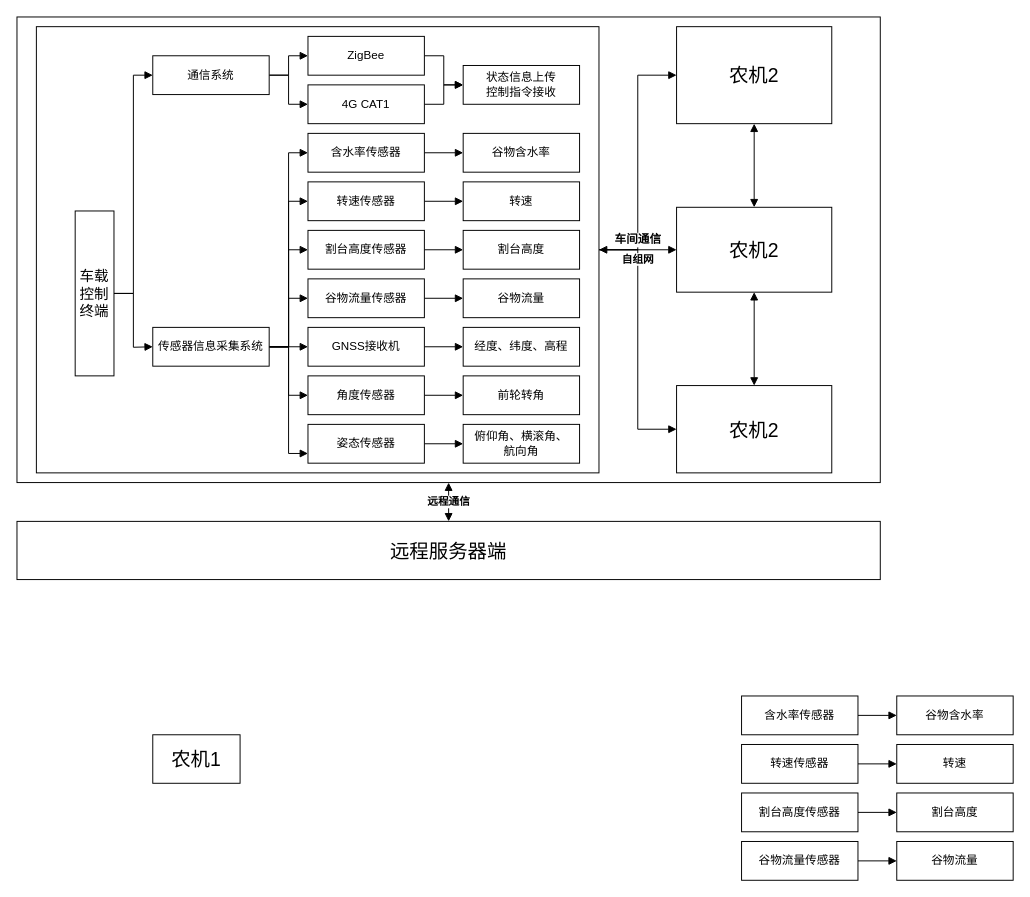
Above: 硬件结构图.drawio in anvalue/DrawIo_SQ (draw.io), before the change. Source tidied: cells renumbered, new cells numbered last; positions are measured from the earlier drawing's top-left corner, leaving out a move shared by most shapes. Both pictures are drawn from the tidied source at 97%, with x=0, y=0 at pixel (16, 16).
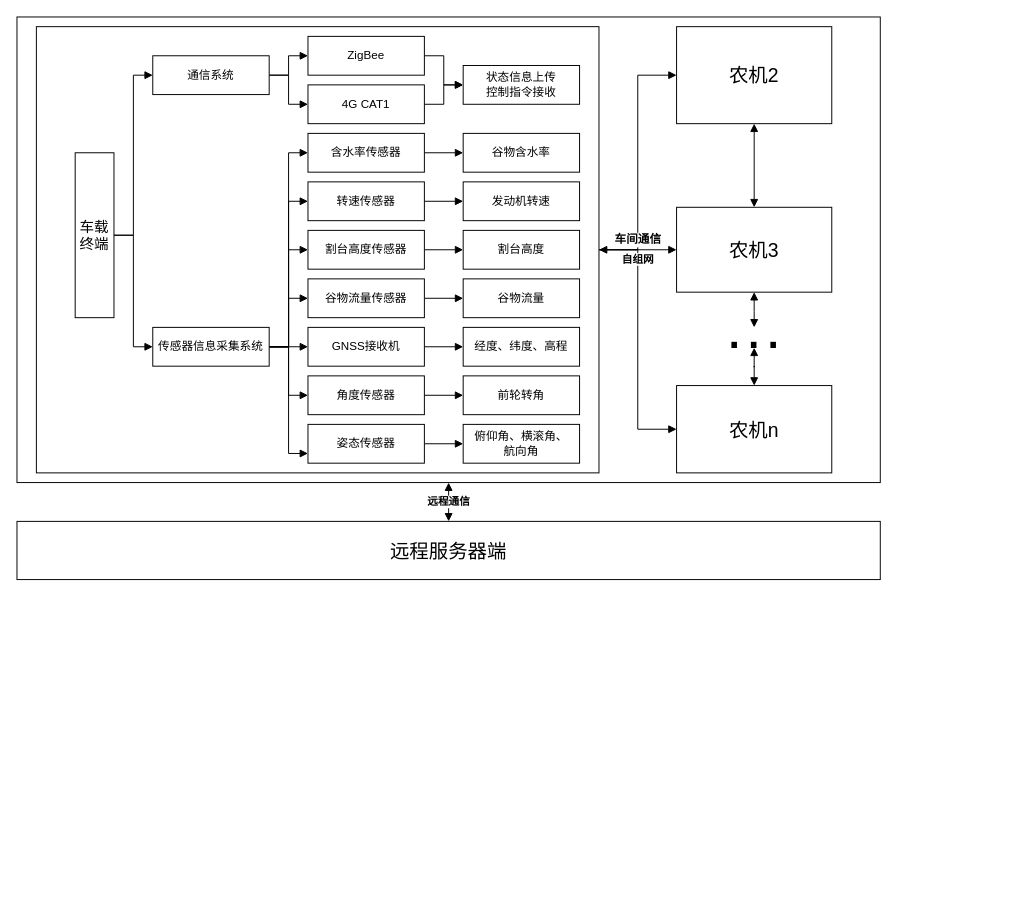
The same page after the edit.

Commit message:
更新硬件结构图.drawio

The edit, as a diff of the source:
```diff
@@
-    <mxCell id="9" value="&lt;font style=&quot;font-size: 15px;&quot;&gt;车载控制终端&lt;/font&gt;" style="rounded=0;whiteSpace=wrap;html=1;" parent="1" vertex="1">
-      <mxGeometry x="60" y="200" width="40" height="170" as="geometry" />
+    <mxCell id="9" value="&lt;font style=&quot;font-size: 15px;&quot;&gt;车载终端&lt;/font&gt;" style="rounded=0;whiteSpace=wrap;html=1;" parent="1" vertex="1">
+      <mxGeometry x="60" y="140" width="40" height="170" as="geometry" />
     </mxCell>
@@
     <mxCell id="34" style="edgeStyle=orthogonalEdgeStyle;rounded=0;jettySize=auto;html=1;strokeColor=default;align=center;verticalAlign=middle;fontFamily=Helvetica;fontSize=11;fontColor=default;labelBackgroundColor=default;endArrow=block;endFill=1;" parent="1" edge="1" source="9">
       <mxGeometry relative="1" as="geometry">
         <mxPoint x="140" y="340" as="targetPoint" />
+        <Array as="points">
+          <mxPoint x="120" y="225" />
+          <mxPoint x="120" y="340" />
+        </Array>
       </mxGeometry>
     </mxCell>
@@
-    <mxCell id="36" value="&lt;font style=&quot;font-size: 20px;&quot;&gt;农机1&lt;/font&gt;" style="rounded=0;whiteSpace=wrap;html=1;fontFamily=Helvetica;fontSize=11;fontColor=default;labelBackgroundColor=default;" parent="1" vertex="1">
-      <mxGeometry x="140" y="740" width="90" height="50" as="geometry" />
-    </mxCell>
@@
+    <mxCell id="71" style="edgeStyle=orthogonalEdgeStyle;rounded=0;jettySize=auto;html=1;startArrow=block;startFill=1;endArrow=block;endFill=1;" parent="1" edge="1" source="39">
+      <mxGeometry relative="1" as="geometry">
+        <mxPoint x="760" y="320" as="targetPoint" />
+      </mxGeometry>
+    </mxCell>
-    <mxCell id="39" value="&lt;font style=&quot;font-size: 20px;&quot;&gt;农机2&lt;/font&gt;" style="rounded=0;whiteSpace=wrap;html=1;fontFamily=Helvetica;fontSize=11;fontColor=default;labelBackgroundColor=default;strokeColor=default;align=center;verticalAlign=middle;fillColor=default;" parent="1" vertex="1">
+    <mxCell id="39" value="&lt;font style=&quot;font-size: 20px;&quot;&gt;农机3&lt;/font&gt;" style="rounded=0;whiteSpace=wrap;html=1;fontFamily=Helvetica;fontSize=11;fontColor=default;labelBackgroundColor=default;strokeColor=default;align=center;verticalAlign=middle;fillColor=default;" parent="1" vertex="1">
       <mxGeometry x="680" y="196.2" width="160" height="87.5" as="geometry" />
     </mxCell>
-    <mxCell id="40" style="edgeStyle=orthogonalEdgeStyle;rounded=0;jettySize=auto;html=1;entryX=0.5;entryY=1;entryDx=0;entryDy=0;strokeColor=default;align=center;verticalAlign=middle;fontFamily=Helvetica;fontSize=11;fontColor=default;labelBackgroundColor=default;endArrow=block;endFill=1;startArrow=block;startFill=1;" parent="1" edge="1" source="41" target="39">
-      <mxGeometry relative="1" as="geometry" />
-    </mxCell>
+    <mxCell id="72" style="edgeStyle=orthogonalEdgeStyle;rounded=0;jettySize=auto;html=1;startArrow=block;startFill=1;endArrow=block;endFill=1;" parent="1" edge="1" source="41" target="73">
+      <mxGeometry relative="1" as="geometry" />
+    </mxCell>
-    <mxCell id="41" value="&lt;font style=&quot;font-size: 20px;&quot;&gt;农机2&lt;/font&gt;" style="rounded=0;whiteSpace=wrap;html=1;fontFamily=Helvetica;fontSize=11;fontColor=default;labelBackgroundColor=default;strokeColor=default;align=center;verticalAlign=middle;fillColor=default;" parent="1" vertex="1">
+    <mxCell id="41" value="&lt;font style=&quot;font-size: 20px;&quot;&gt;农机n&lt;/font&gt;" style="rounded=0;whiteSpace=wrap;html=1;fontFamily=Helvetica;fontSize=11;fontColor=default;labelBackgroundColor=default;strokeColor=default;align=center;verticalAlign=middle;fillColor=default;" parent="1" vertex="1">
       <mxGeometry x="680" y="380" width="160" height="90" as="geometry" />
     </mxCell>
@@
-    <mxCell id="43" style="edgeStyle=orthogonalEdgeStyle;rounded=0;jettySize=auto;html=1;entryX=0;entryY=0.5;entryDx=0;entryDy=0;strokeColor=default;align=center;verticalAlign=middle;fontFamily=Helvetica;fontSize=11;fontColor=default;labelBackgroundColor=default;endArrow=block;endFill=1;" parent="1" edge="1" source="44" target="51">
-      <mxGeometry relative="1" as="geometry" />
-    </mxCell>
-    <mxCell id="44" value="谷物流量传感器" style="whiteSpace=wrap;html=1;rounded=0;" parent="1" vertex="1">
-      <mxGeometry x="747" y="850" width="120" height="40" as="geometry" />
-    </mxCell>
-    <mxCell id="45" style="edgeStyle=orthogonalEdgeStyle;rounded=0;jettySize=auto;html=1;entryX=0;entryY=0.5;entryDx=0;entryDy=0;strokeColor=default;align=center;verticalAlign=middle;fontFamily=Helvetica;fontSize=11;fontColor=default;labelBackgroundColor=default;endArrow=block;endFill=1;" parent="1" edge="1" source="46" target="50">
-      <mxGeometry relative="1" as="geometry" />
-    </mxCell>
-    <mxCell id="46" value="割台高度传感器" style="whiteSpace=wrap;html=1;rounded=0;" parent="1" vertex="1">
-      <mxGeometry x="747" y="800" width="120" height="40" as="geometry" />
-    </mxCell>
-    <mxCell id="47" style="edgeStyle=orthogonalEdgeStyle;rounded=0;jettySize=auto;html=1;entryX=0;entryY=0.5;entryDx=0;entryDy=0;strokeColor=default;align=center;verticalAlign=middle;fontFamily=Helvetica;fontSize=11;fontColor=default;labelBackgroundColor=default;endArrow=block;endFill=1;" parent="1" edge="1" source="48" target="49">
-      <mxGeometry relative="1" as="geometry" />
-    </mxCell>
-    <mxCell id="48" value="转速传感器" style="whiteSpace=wrap;html=1;rounded=0;" parent="1" vertex="1">
-      <mxGeometry x="747" y="750" width="120" height="40" as="geometry" />
-    </mxCell>
-    <mxCell id="49" value="转速" style="whiteSpace=wrap;html=1;rounded=0;" parent="1" vertex="1">
-      <mxGeometry x="907" y="750" width="120" height="40" as="geometry" />
-    </mxCell>
-    <mxCell id="50" value="割台高度" style="whiteSpace=wrap;html=1;rounded=0;" parent="1" vertex="1">
-      <mxGeometry x="907" y="800" width="120" height="40" as="geometry" />
-    </mxCell>
-    <mxCell id="51" value="谷物流量" style="whiteSpace=wrap;html=1;rounded=0;" parent="1" vertex="1">
-      <mxGeometry x="907" y="850" width="120" height="40" as="geometry" />
-    </mxCell>
-    <mxCell id="52" style="edgeStyle=orthogonalEdgeStyle;rounded=0;jettySize=auto;html=1;entryX=0;entryY=0.5;entryDx=0;entryDy=0;strokeColor=default;align=center;verticalAlign=middle;fontFamily=Helvetica;fontSize=11;fontColor=default;labelBackgroundColor=default;endArrow=block;endFill=1;" parent="1" edge="1" source="53" target="54">
-      <mxGeometry relative="1" as="geometry" />
-    </mxCell>
-    <mxCell id="53" value="含水率传感器" style="whiteSpace=wrap;html=1;rounded=0;" parent="1" vertex="1">
-      <mxGeometry x="747" y="700" width="120" height="40" as="geometry" />
-    </mxCell>
-    <mxCell id="54" value="谷物含水率" style="whiteSpace=wrap;html=1;rounded=0;" parent="1" vertex="1">
-      <mxGeometry x="907" y="700" width="120" height="40" as="geometry" />
-    </mxCell>
@@
-    <mxCell id="62" value="转速" style="whiteSpace=wrap;html=1;rounded=0;" parent="1" vertex="1">
+    <mxCell id="62" value="发动机转速" style="whiteSpace=wrap;html=1;rounded=0;" parent="1" vertex="1">
       <mxGeometry x="460" y="170" width="120" height="40" as="geometry" />
     </mxCell>
@@
+    <mxCell id="73" value="&lt;font style=&quot;font-size: 60px;&quot;&gt;···&lt;br&gt;&lt;/font&gt;" style="text;html=1;align=center;verticalAlign=middle;whiteSpace=wrap;rounded=0;" parent="1" vertex="1">
+      <mxGeometry x="730" y="326" width="60" height="15" as="geometry" />
+    </mxCell>
```
